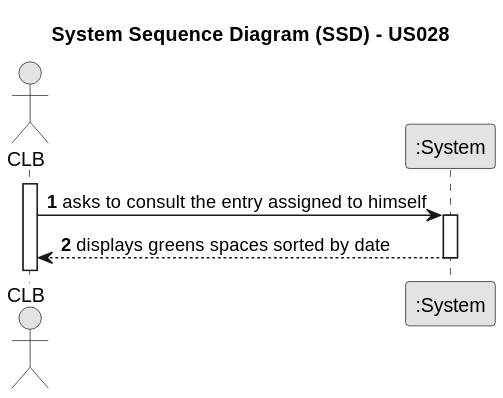
This is docs/sprintC/us028/01.requirements-engineering/svg/us028-system-sequence-diagram-alternative-one.svg from ricardomm7/leaflink, a PlantUML export, as it was before one commit.
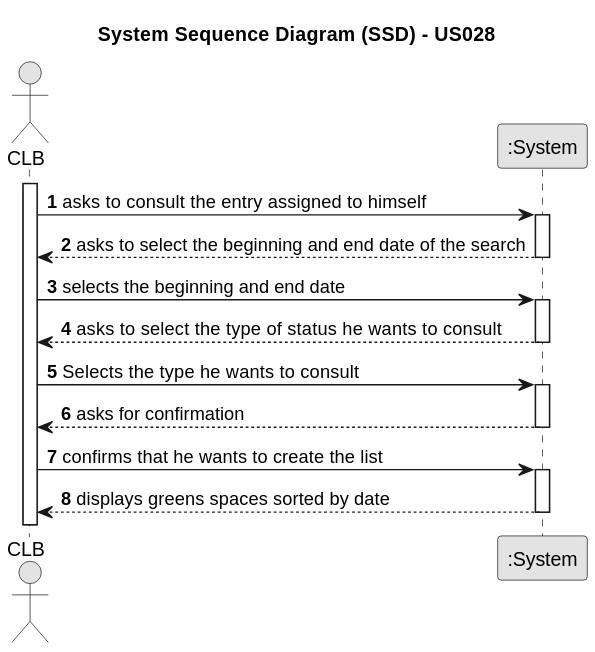
The same file after the commit.

The edit, as a diff of the source:
```diff
@@ -15,6 +15,24 @@
     CLB -> System : asks to consult the entry assigned to himself
     activate System
 
+    System --> CLB :asks to select the beginning and end date of the search
+    deactivate System
+
+    CLB -> System : selects the beginning and end date
+    activate System
+
+    System --> CLB :asks to select the type of status he wants to consult
+    deactivate System
+
+    CLB -> System : Selects the type he wants to consult
+    activate System
+
+    System --> CLB :asks for confirmation
+    deactivate System
+
+    CLB -> System :confirms that he wants to create the list
+    activate System
+
         System --> CLB : displays greens spaces sorted by date
     deactivate System
 @enduml
```
